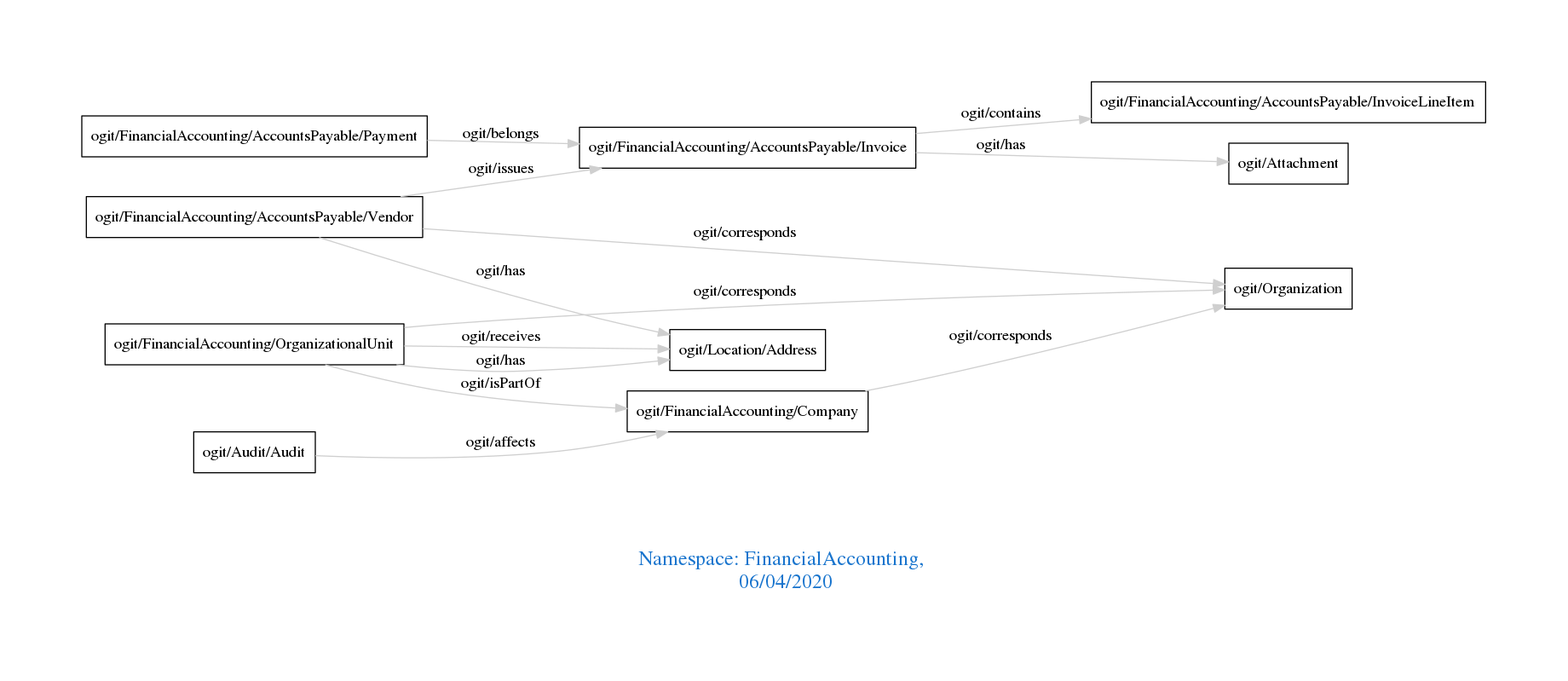
The Graphviz diagram downloads/FinancialAccounting.png in arago/OGIT, before a commit. Its source is kept beside it as downloads/FinancialAccounting.dot.
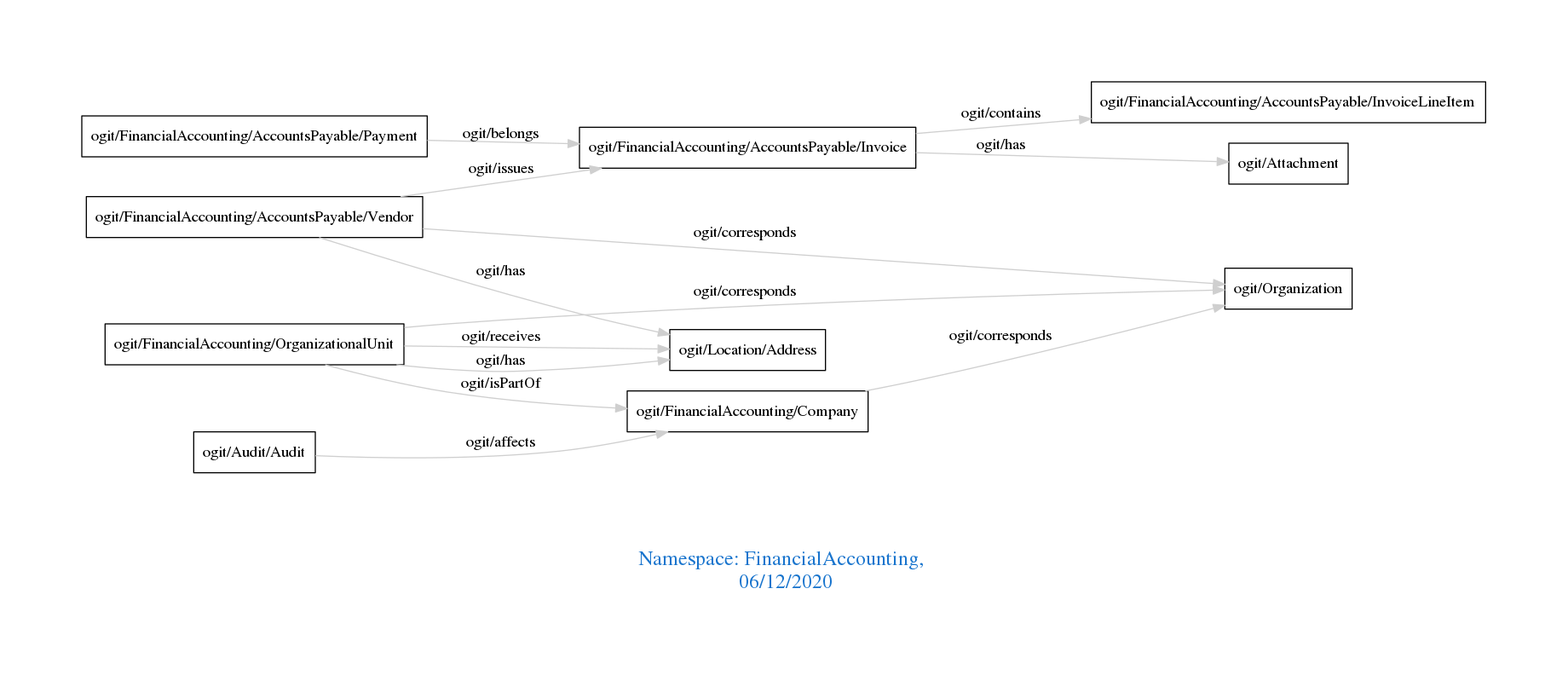
The same diagram one commit later.

Diff of the diagram source:
```diff
@@ -1,7 +1,7 @@
 digraph OGIT_ontology {
  graph [ rankdir= LR,pad=1
 fontsize = 18,
-fontcolor= dodgerblue3,label = "\n\n\nNamespace: FinancialAccounting, \n 06/04/2020"];
+fontcolor= dodgerblue3,label = "\n\n\nNamespace: FinancialAccounting, \n 06/12/2020"];
 node[shape=polygon];
 edge [  color="gray81"];
 
```
